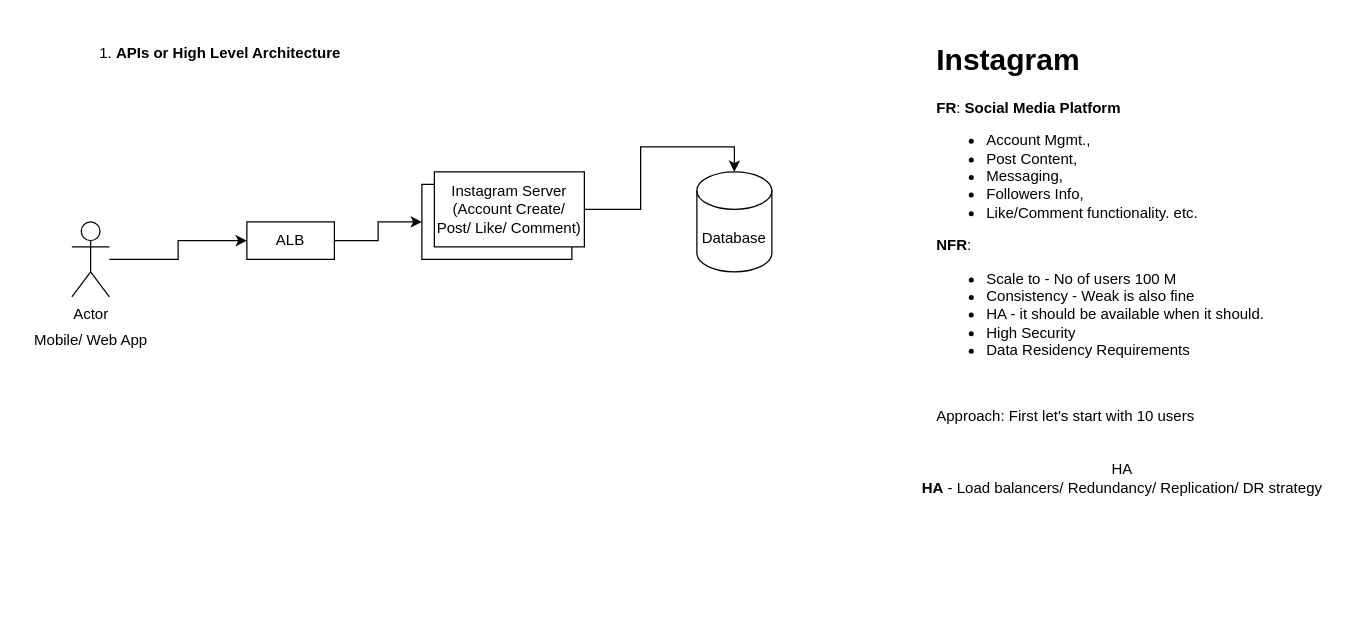
The draw.io diagram my-systems.drawio in bhanu00/my-system-designs, before the edit. Source tidied: cells renumbered, new cells numbered last; positions are measured from the earlier drawing's top-left corner, leaving out a move shared by most shapes. Both pictures are drawn from the tidied source at 125%, with x=0, y=0 at pixel (21, 21).
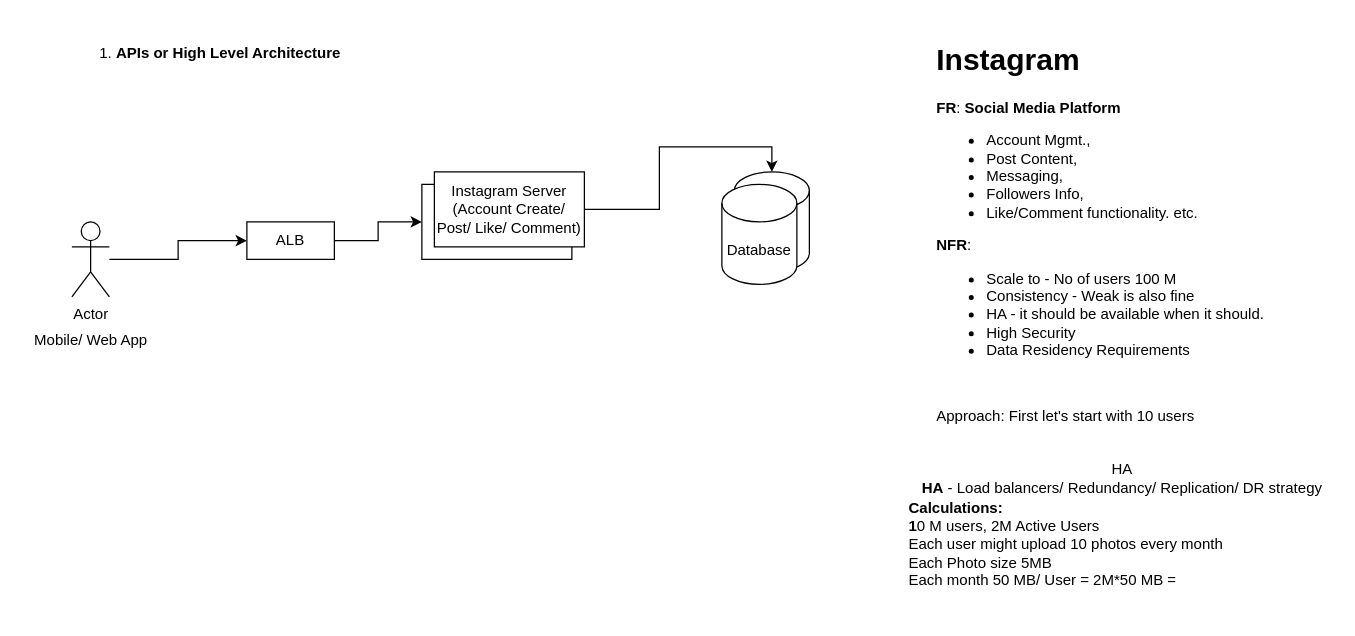
Above is the later version.

The edit, as a diff of the source:
```diff
@@
 <mxGraphModel>
   <root>
     <mxCell id="0" />
     <mxCell id="1" parent="0" />
     <mxCell id="2" style="edgeStyle=orthogonalEdgeStyle;rounded=0;jettySize=auto;html=1;entryX=0;entryY=0.5;entryDx=0;entryDy=0;" parent="1" edge="1" source="3" target="12">
       <mxGeometry relative="1" as="geometry" />
     </mxCell>
     <mxCell id="3" value="Actor" style="shape=umlActor;verticalLabelPosition=bottom;verticalAlign=top;html=1;outlineConnect=0;" parent="1" vertex="1">
       <mxGeometry x="40" y="160" width="30" height="60" as="geometry" />
     </mxCell>
     <mxCell id="4" value="&lt;h1 style=&quot;margin-top: 0px;&quot;&gt;Instagram&lt;/h1&gt;&lt;p&gt;&lt;b&gt;FR&lt;/b&gt;: &lt;b&gt;Social Media Platform&lt;/b&gt;&amp;nbsp;&lt;/p&gt;&lt;p&gt;&lt;/p&gt;&lt;ul&gt;&lt;li&gt;Account Mgmt.,&amp;nbsp;&lt;/li&gt;&lt;li&gt;Post Content,&amp;nbsp;&lt;/li&gt;&lt;li&gt;Messaging,&amp;nbsp;&lt;/li&gt;&lt;li&gt;Followers Info,&amp;nbsp;&lt;/li&gt;&lt;li&gt;Like/Comment functionality. etc.&lt;/li&gt;&lt;/ul&gt;&lt;p&gt;&lt;/p&gt;&lt;p&gt;&lt;b style=&quot;background-color: transparent; color: light-dark(rgb(0, 0, 0), rgb(255, 255, 255));&quot;&gt;NFR&lt;/b&gt;&lt;span style=&quot;background-color: transparent; color: light-dark(rgb(0, 0, 0), rgb(255, 255, 255));&quot;&gt;:&amp;nbsp;&lt;/span&gt;&lt;/p&gt;&lt;p&gt;&lt;/p&gt;&lt;ul&gt;&lt;li&gt;Scale to - No of users 100 M&lt;/li&gt;&lt;li&gt;Consistency - Weak is also fine&lt;/li&gt;&lt;li&gt;HA - it should be available when it should.&lt;/li&gt;&lt;li&gt;High Security&amp;nbsp;&lt;/li&gt;&lt;li&gt;Data Residency Requirements&lt;/li&gt;&lt;/ul&gt;&lt;p&gt;&lt;/p&gt;&lt;p&gt;&lt;br&gt;&lt;/p&gt;&lt;p&gt;Approach: First let's start with 10 users&lt;/p&gt;" style="text;html=1;whiteSpace=wrap;overflow=hidden;rounded=0;" parent="1" vertex="1">
       <mxGeometry x="730" y="10" width="300" height="380" as="geometry" />
     </mxCell>
-    <mxCell id="5" value="Database" style="shape=cylinder3;whiteSpace=wrap;html=1;boundedLbl=1;backgroundOutline=1;size=15;" parent="1" vertex="1">
-      <mxGeometry x="540" y="120" width="60" height="80" as="geometry" />
+    <mxCell id="5" style="shape=cylinder3;whiteSpace=wrap;html=1;boundedLbl=1;backgroundOutline=1;size=15;" parent="1" vertex="1">
+      <mxGeometry x="570" y="120" width="60" height="80" as="geometry" />
     </mxCell>
     <mxCell id="6" value="Mobile/ Web App" style="text;html=1;align=center;verticalAlign=middle;strokeColor=none;fillColor=none;" parent="1" vertex="1">
       <mxGeometry y="240" width="110" height="30" as="geometry" />
     </mxCell>
     <mxCell id="7" value="HA&lt;div&gt;&lt;b&gt;HA&lt;/b&gt; - Load balancers/ Redundancy/ Replication/ DR strategy&lt;/div&gt;" style="text;html=1;align=center;verticalAlign=middle;strokeColor=none;fillColor=none;" parent="1" vertex="1">
       <mxGeometry x="710" y="345" width="340" height="40" as="geometry" />
     </mxCell>
     <mxCell id="8" style="rounded=0;whiteSpace=wrap;html=1;" parent="1" vertex="1">
       <mxGeometry x="320" y="130" width="120" height="60" as="geometry" />
     </mxCell>
     <mxCell id="9" value="Instagram Server (Account Create/ Post/ Like/ Comment)" style="rounded=0;whiteSpace=wrap;html=1;" parent="1" vertex="1">
       <mxGeometry x="330" y="120" width="120" height="60" as="geometry" />
     </mxCell>
     <mxCell id="10" style="edgeStyle=orthogonalEdgeStyle;rounded=0;jettySize=auto;html=1;entryX=0.5;entryY=0;entryDx=0;entryDy=0;entryPerimeter=0;" parent="1" edge="1" source="9" target="5">
       <mxGeometry relative="1" as="geometry" />
     </mxCell>
     <mxCell id="11" style="edgeStyle=orthogonalEdgeStyle;rounded=0;jettySize=auto;html=1;entryX=0;entryY=0.5;entryDx=0;entryDy=0;" parent="1" edge="1" source="12" target="8">
       <mxGeometry relative="1" as="geometry" />
     </mxCell>
     <mxCell id="12" value="ALB" style="rounded=0;whiteSpace=wrap;html=1;" parent="1" vertex="1">
       <mxGeometry x="180" y="160" width="70" height="30" as="geometry" />
     </mxCell>
     <mxCell id="13" value="&lt;ol&gt;&lt;li&gt;&lt;b&gt;APIs or High Level Architecture&lt;/b&gt;&lt;/li&gt;&lt;/ol&gt;" style="text;html=1;align=center;verticalAlign=middle;strokeColor=none;fillColor=none;" parent="1" vertex="1">
       <mxGeometry x="25" width="240" height="50" as="geometry" />
     </mxCell>
+    <mxCell id="14" value="Database" style="shape=cylinder3;whiteSpace=wrap;html=1;boundedLbl=1;backgroundOutline=1;size=15;" parent="1" vertex="1">
+      <mxGeometry x="560" y="130" width="60" height="80" as="geometry" />
+    </mxCell>
+    <mxCell id="15" value="&lt;div style=&quot;text-align: left;&quot;&gt;&lt;b style=&quot;background-color: transparent; color: light-dark(rgb(0, 0, 0), rgb(255, 255, 255));&quot;&gt;Calculations:&amp;nbsp;&lt;/b&gt;&lt;/div&gt;&lt;div style=&quot;text-align: left;&quot;&gt;&lt;b&gt;1&lt;/b&gt;0 M users, 2M Active Users&lt;/div&gt;&lt;div style=&quot;text-align: left;&quot;&gt;Each user might upload 10 photos every month&lt;/div&gt;&lt;div style=&quot;text-align: left;&quot;&gt;Each Photo size 5MB&lt;/div&gt;&lt;div style=&quot;text-align: left;&quot;&gt;Each month 50 MB/ User = 2M*50 MB =&amp;nbsp;&lt;/div&gt;&lt;div&gt;&lt;br&gt;&lt;/div&gt;" style="text;html=1;align=center;verticalAlign=middle;strokeColor=none;fillColor=none;" parent="1" vertex="1">
+      <mxGeometry x="700" y="375" width="270" height="100" as="geometry" />
+    </mxCell>
   </root>
 </mxGraphModel>
```
